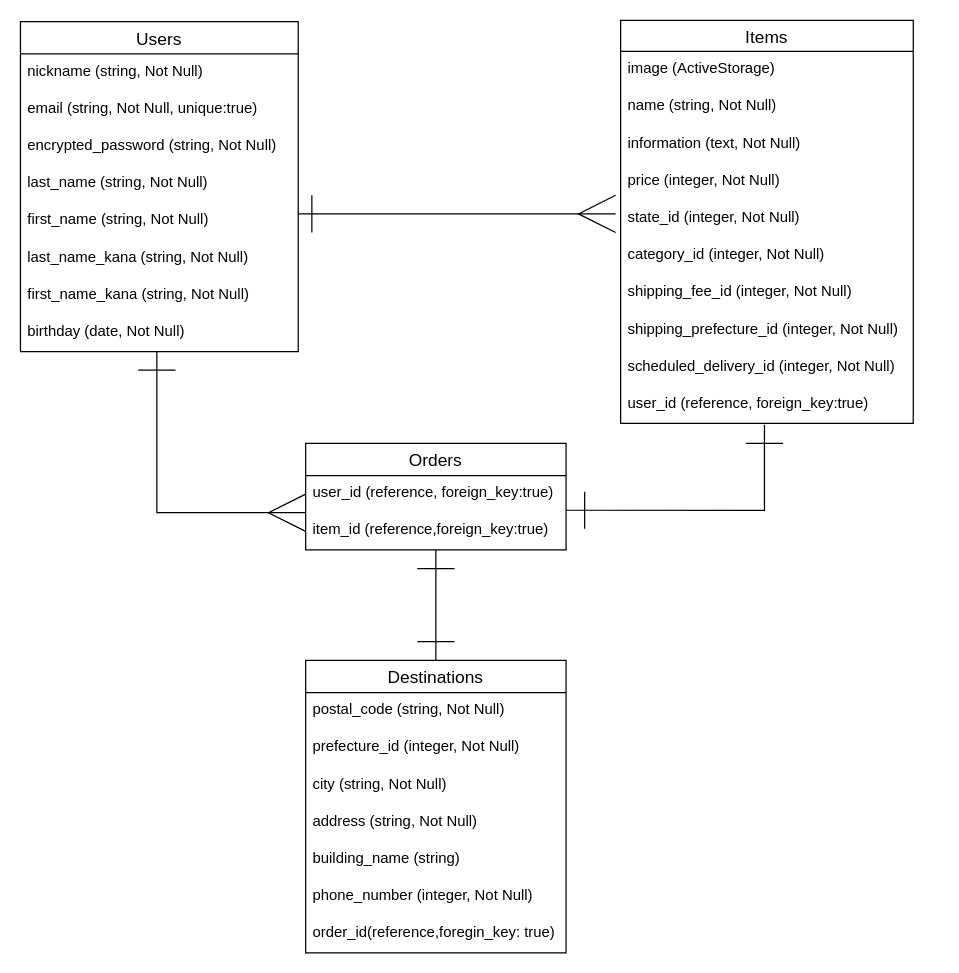
Above: .dio in Kurikoko/furima-36747 (draw.io), before the change. Source tidied: cells renumbered, new cells numbered last; positions are measured from the earlier drawing's top-left corner, leaving out a move shared by most shapes. Both pictures are drawn from the tidied source at 124%, with x=0, y=0 at pixel (20, 20).
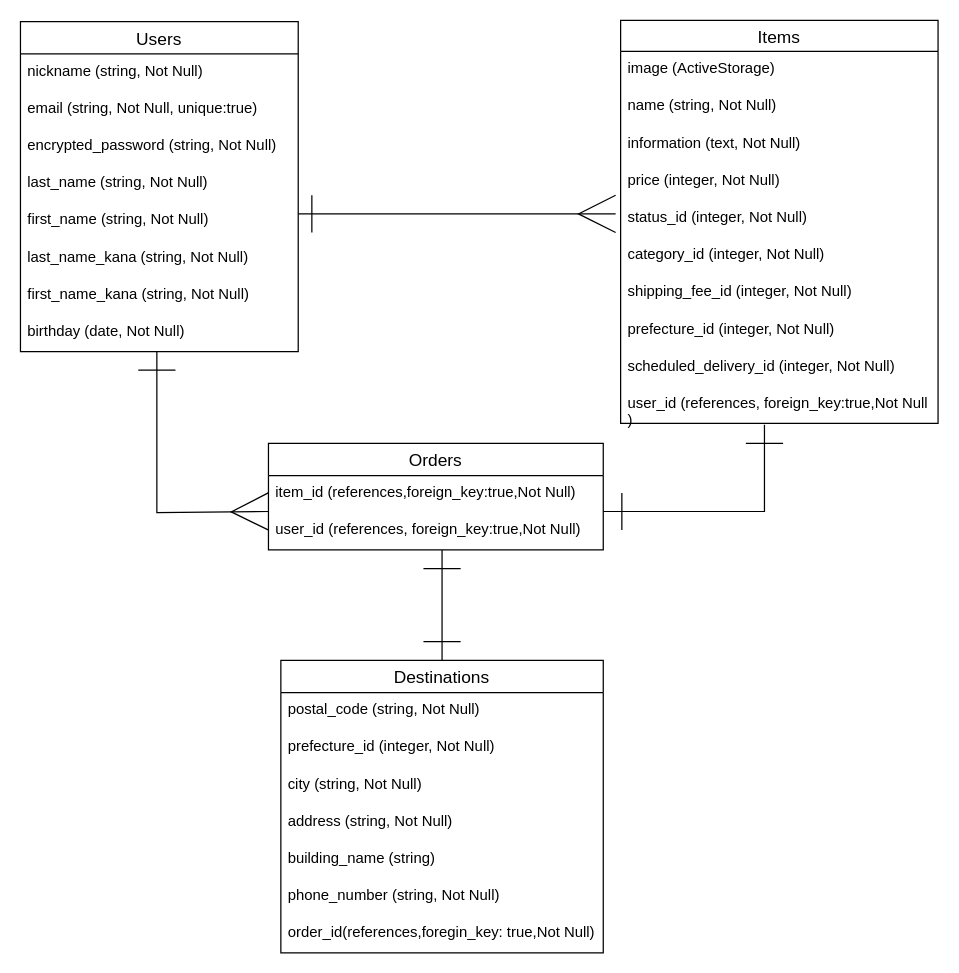
Above is the later version.

The change refers to these unchanged cells:
```xml
<mxCell id="25" value="birthday (date, Not Null)" style="text;strokeColor=none;fillColor=none;spacingLeft=4;spacingRight=4;overflow=hidden;points=[[0,0.5],[1,0.5]];portConstraint=eastwest;fontSize=12;" parent="17" vertex="1">
  <mxGeometry y="236" width="224" height="30" as="geometry" />
</mxCell>
```

What changed in the source:
```diff
@@
     <mxCell id="2" value="Items" style="swimlane;fontStyle=0;horizontal=1;startSize=25;align=center;fontSize=14;" parent="1" vertex="1">
-      <mxGeometry x="484" width="236" height="325" as="geometry" />
+      <mxGeometry x="484" width="256" height="325" as="geometry" />
     </mxCell>
     <mxCell id="3" value="image (ActiveStorage)" style="text;strokeColor=none;fillColor=none;spacingLeft=4;spacingRight=4;overflow=hidden;fontSize=12;" parent="2" vertex="1">
-      <mxGeometry y="25" width="236" height="30" as="geometry" />
+      <mxGeometry y="25" width="256" height="30" as="geometry" />
     </mxCell>
     <mxCell id="4" value="name (string, Not Null)" style="text;strokeColor=none;fillColor=none;spacingLeft=4;spacingRight=4;overflow=hidden;fontSize=12;" parent="2" vertex="1">
-      <mxGeometry y="55" width="236" height="30" as="geometry" />
+      <mxGeometry y="55" width="256" height="30" as="geometry" />
     </mxCell>
     <mxCell id="5" value="information (text, Not Null)" style="text;strokeColor=none;fillColor=none;spacingLeft=4;spacingRight=4;overflow=hidden;fontSize=12;" parent="2" vertex="1">
-      <mxGeometry y="85" width="236" height="30" as="geometry" />
+      <mxGeometry y="85" width="256" height="30" as="geometry" />
     </mxCell>
     <mxCell id="6" value="price (integer, Not Null)" style="text;strokeColor=none;fillColor=none;spacingLeft=4;spacingRight=4;overflow=hidden;fontSize=12;" parent="2" vertex="1">
-      <mxGeometry y="115" width="236" height="30" as="geometry" />
+      <mxGeometry y="115" width="256" height="30" as="geometry" />
     </mxCell>
-    <mxCell id="7" value="state_id (integer, Not Null)" style="text;strokeColor=none;fillColor=none;spacingLeft=4;spacingRight=4;overflow=hidden;fontSize=12;" parent="2" vertex="1">
-      <mxGeometry y="145" width="236" height="30" as="geometry" />
+    <mxCell id="7" value="status_id (integer, Not Null)" style="text;strokeColor=none;fillColor=none;spacingLeft=4;spacingRight=4;overflow=hidden;fontSize=12;" parent="2" vertex="1">
+      <mxGeometry y="145" width="256" height="30" as="geometry" />
     </mxCell>
     <mxCell id="8" value="category_id (integer, Not Null)" style="text;fillColor=none;spacingLeft=4;spacingRight=4;overflow=hidden;fontSize=12;" parent="2" vertex="1">
-      <mxGeometry y="175" width="236" height="30" as="geometry" />
+      <mxGeometry y="175" width="256" height="30" as="geometry" />
     </mxCell>
     <mxCell id="9" value="shipping_fee_id (integer, Not Null)" style="text;strokeColor=none;fillColor=none;spacingLeft=4;spacingRight=4;overflow=hidden;fontSize=12;" parent="2" vertex="1">
-      <mxGeometry y="205" width="236" height="30" as="geometry" />
+      <mxGeometry y="205" width="256" height="30" as="geometry" />
     </mxCell>
-    <mxCell id="10" value="shipping_prefecture_id (integer, Not Null)" style="text;strokeColor=none;fillColor=none;spacingLeft=4;spacingRight=4;overflow=hidden;fontSize=12;" parent="2" vertex="1">
-      <mxGeometry y="235" width="236" height="30" as="geometry" />
+    <mxCell id="10" value="prefecture_id (integer, Not Null)" style="text;strokeColor=none;fillColor=none;spacingLeft=4;spacingRight=4;overflow=hidden;fontSize=12;" parent="2" vertex="1">
+      <mxGeometry y="235" width="256" height="30" as="geometry" />
     </mxCell>
     <mxCell id="11" value="scheduled_delivery_id (integer, Not Null)" style="text;strokeColor=none;fillColor=none;spacingLeft=4;spacingRight=4;overflow=hidden;fontSize=12;" parent="2" vertex="1">
-      <mxGeometry y="265" width="236" height="30" as="geometry" />
+      <mxGeometry y="265" width="256" height="30" as="geometry" />
     </mxCell>
-    <mxCell id="12" value="user_id (reference, foreign_key:true)" style="text;strokeColor=none;fillColor=none;spacingLeft=4;spacingRight=4;overflow=hidden;fontSize=12;" parent="2" vertex="1">
-      <mxGeometry y="295" width="236" height="30" as="geometry" />
+    <mxCell id="12" value="user_id (references, foreign_key:true,Not Null&#10;)" style="text;strokeColor=none;fillColor=none;spacingLeft=4;spacingRight=4;overflow=hidden;fontSize=12;" parent="2" vertex="1">
+      <mxGeometry y="295" width="256" height="30" as="geometry" />
     </mxCell>
     <mxCell id="13" style="edgeStyle=orthogonalEdgeStyle;rounded=0;jettySize=auto;html=1;entryX=0.5;entryY=0;entryDx=0;entryDy=0;startArrow=ERone;startFill=0;endArrow=ERone;endFill=0;endSize=28;startSize=28;" parent="1" edge="1" source="14" target="27">
-      <mxGeometry relative="1" as="geometry" />
+      <mxGeometry relative="1" as="geometry">
+        <Array as="points">
+          <mxPoint x="340" y="446" />
+          <mxPoint x="340" y="446" />
+        </Array>
+      </mxGeometry>
     </mxCell>
     <mxCell id="14" value="Orders" style="swimlane;fontStyle=0;horizontal=1;startSize=26;align=center;fontSize=14;" parent="1" vertex="1">
-      <mxGeometry x="230" y="341" width="210" height="86" as="geometry" />
+      <mxGeometry x="200" y="341" width="270" height="86" as="geometry" />
     </mxCell>
+    <mxCell id="16" value="item_id (references,foreign_key:true,Not Null)" style="text;strokeColor=none;fillColor=none;spacingLeft=4;spacingRight=4;overflow=hidden;points=[[0,0.5],[1,0.5]];portConstraint=eastwest;fontSize=12;" parent="14" vertex="1">
+      <mxGeometry y="26" width="270" height="30" as="geometry" />
+    </mxCell>
-    <mxCell id="15" value="user_id (reference, foreign_key:true)" style="text;strokeColor=none;fillColor=none;spacingLeft=4;spacingRight=4;overflow=hidden;fontSize=12;" parent="14" vertex="1">
-      <mxGeometry y="26" width="210" height="30" as="geometry" />
+    <mxCell id="15" value="user_id (references, foreign_key:true,Not Null)" style="text;strokeColor=none;fillColor=none;spacingLeft=4;spacingRight=4;overflow=hidden;fontSize=12;" parent="14" vertex="1">
+      <mxGeometry y="56" width="270" height="30" as="geometry" />
     </mxCell>
-    <mxCell id="16" value="item_id (reference,foreign_key:true)" style="text;strokeColor=none;fillColor=none;spacingLeft=4;spacingRight=4;overflow=hidden;points=[[0,0.5],[1,0.5]];portConstraint=eastwest;fontSize=12;" parent="14" vertex="1">
-      <mxGeometry y="56" width="210" height="30" as="geometry" />
-    </mxCell>
@@
     <mxCell id="26" style="edgeStyle=orthogonalEdgeStyle;rounded=0;jettySize=auto;html=1;startArrow=ERone;startFill=0;endArrow=ERmany;endFill=0;startSize=28;endSize=28;sourcePerimeterSpacing=0;targetPerimeterSpacing=0;" parent="1" edge="1" source="25">
       <mxGeometry relative="1" as="geometry">
-        <mxPoint x="230" y="397" as="targetPoint" />
+        <mxPoint x="200" y="396" as="targetPoint" />
         <Array as="points">
           <mxPoint x="110" y="397" />
         </Array>
       </mxGeometry>
     </mxCell>
     <mxCell id="27" value="Destinations" style="swimlane;fontStyle=0;horizontal=1;startSize=26;align=center;fontSize=14;" parent="1" vertex="1">
-      <mxGeometry x="230" y="516" width="210" height="236" as="geometry" />
+      <mxGeometry x="210" y="516" width="260" height="236" as="geometry" />
     </mxCell>
     <mxCell id="28" value="postal_code (string, Not Null)" style="text;strokeColor=none;fillColor=none;spacingLeft=4;spacingRight=4;overflow=hidden;fontSize=12;" parent="27" vertex="1">
-      <mxGeometry y="26" width="210" height="30" as="geometry" />
+      <mxGeometry y="26" width="260" height="30" as="geometry" />
     </mxCell>
     <mxCell id="29" value="prefecture_id (integer, Not Null)" style="text;strokeColor=none;fillColor=none;spacingLeft=4;spacingRight=4;overflow=hidden;fontSize=12;" parent="27" vertex="1">
-      <mxGeometry y="56" width="210" height="30" as="geometry" />
+      <mxGeometry y="56" width="260" height="30" as="geometry" />
     </mxCell>
     <mxCell id="30" value="city (string, Not Null)" style="text;strokeColor=none;fillColor=none;spacingLeft=4;spacingRight=4;overflow=hidden;fontSize=12;" parent="27" vertex="1">
-      <mxGeometry y="86" width="210" height="30" as="geometry" />
+      <mxGeometry y="86" width="260" height="30" as="geometry" />
     </mxCell>
     <mxCell id="31" value="address (string, Not Null)" style="text;strokeColor=none;fillColor=none;spacingLeft=4;spacingRight=4;overflow=hidden;fontSize=12;" parent="27" vertex="1">
-      <mxGeometry y="116" width="210" height="30" as="geometry" />
+      <mxGeometry y="116" width="260" height="30" as="geometry" />
     </mxCell>
     <mxCell id="32" value="building_name (string)" style="text;strokeColor=none;fillColor=none;spacingLeft=4;spacingRight=4;overflow=hidden;fontSize=12;" parent="27" vertex="1">
-      <mxGeometry y="146" width="210" height="30" as="geometry" />
+      <mxGeometry y="146" width="260" height="30" as="geometry" />
     </mxCell>
-    <mxCell id="33" value="phone_number (integer, Not Null)" style="text;strokeColor=none;fillColor=none;spacingLeft=4;spacingRight=4;overflow=hidden;fontSize=12;" parent="27" vertex="1">
-      <mxGeometry y="176" width="210" height="30" as="geometry" />
+    <mxCell id="33" value="phone_number (string, Not Null)" style="text;strokeColor=none;fillColor=none;spacingLeft=4;spacingRight=4;overflow=hidden;fontSize=12;" parent="27" vertex="1">
+      <mxGeometry y="176" width="260" height="30" as="geometry" />
     </mxCell>
-    <mxCell id="34" value="order_id(reference,foregin_key: true)" style="text;strokeColor=none;fillColor=none;spacingLeft=4;spacingRight=4;overflow=hidden;fontSize=12;" parent="27" vertex="1">
-      <mxGeometry y="206" width="210" height="30" as="geometry" />
+    <mxCell id="34" value="order_id(references,foregin_key: true,Not Null)" style="text;strokeColor=none;fillColor=none;spacingLeft=4;spacingRight=4;overflow=hidden;fontSize=12;" parent="27" vertex="1">
+      <mxGeometry y="206" width="260" height="30" as="geometry" />
     </mxCell>
@@
-    <mxCell id="36" style="edgeStyle=orthogonalEdgeStyle;rounded=0;jettySize=auto;html=1;startArrow=ERone;startFill=0;endArrow=ERone;endFill=0;startSize=28;endSize=28;entryX=1;entryY=-0.067;entryDx=0;entryDy=0;entryPerimeter=0;" parent="1" edge="1" target="16">
+    <mxCell id="36" style="edgeStyle=orthogonalEdgeStyle;rounded=0;orthogonalLoop=1;jettySize=auto;html=1;startArrow=ERone;startFill=0;endArrow=ERone;endFill=0;startSize=28;endSize=28;" parent="1" edge="1">
       <mxGeometry relative="1" as="geometry">
         <mxPoint x="600" y="326" as="sourcePoint" />
+        <mxPoint x="470" y="396" as="targetPoint" />
         <Array as="points">
-          <mxPoint x="600" y="395" />
+          <mxPoint x="600" y="396" />
         </Array>
       </mxGeometry>
     </mxCell>
```
